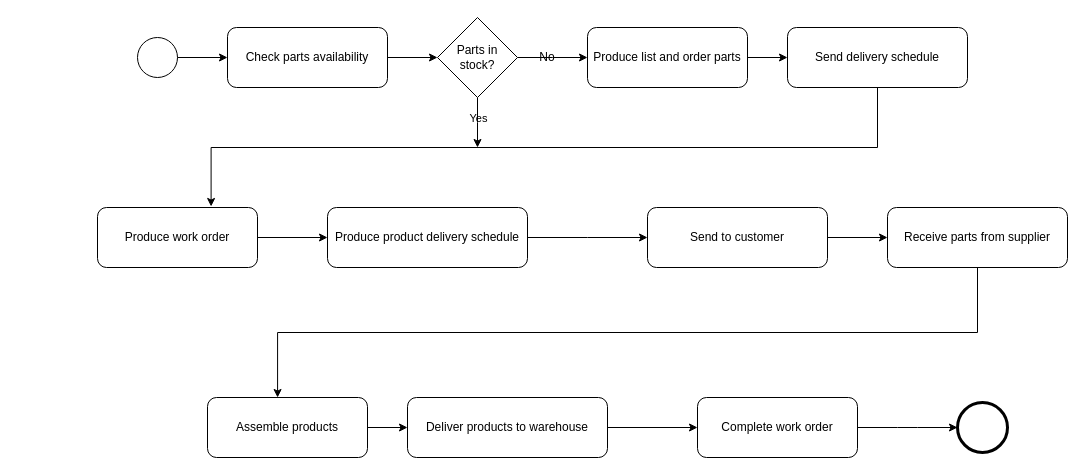
Earlier version of the draw.io diagram exercise2.drawio (zft666zft/enterprise-system-architecture). Source tidied: cells renumbered, new cells numbered last; positions are measured from the earlier drawing's top-left corner, leaving out a move shared by most shapes. Both pictures are drawn from the tidied source at 100%, with x=0, y=0 at pixel (97, 17).
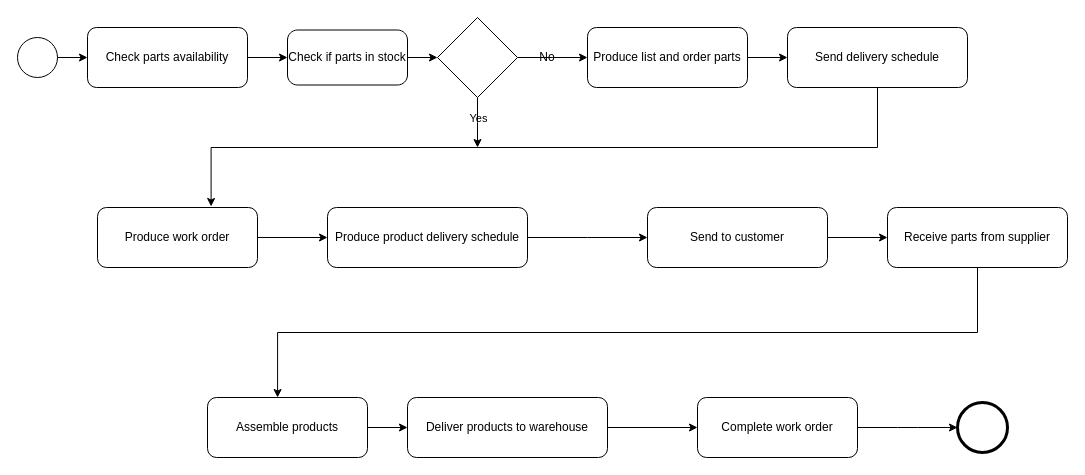
The same diagram, later.

Change to the diagram source:
```diff
@@
     <mxCell id="2" style="ellipse;whiteSpace=wrap;html=1;" parent="1" vertex="1">
-      <mxGeometry x="40" y="20" width="40" height="40" as="geometry" />
+      <mxGeometry x="-80" y="20" width="40" height="40" as="geometry" />
     </mxCell>
     <mxCell id="3" value="Check parts availability" style="rounded=1;whiteSpace=wrap;html=1;fontSize=12;" parent="1" vertex="1">
-      <mxGeometry x="130" y="10" width="160" height="60" as="geometry" />
+      <mxGeometry x="-10" y="10" width="160" height="60" as="geometry" />
     </mxCell>
@@
-    <mxCell id="9" value="Parts in stock?" style="rhombus;whiteSpace=wrap;html=1;" parent="1" vertex="1">
+    <mxCell id="9" style="rhombus;whiteSpace=wrap;html=1;" parent="1" vertex="1">
       <mxGeometry x="340" width="80" height="80" as="geometry" />
     </mxCell>
-    <mxCell id="10" style="edgeStyle=orthogonalEdgeStyle;html=1;" parent="1" edge="1" source="3" target="9">
-      <mxGeometry relative="1" as="geometry" />
-    </mxCell>
@@
+    <mxCell id="31" style="edgeStyle=orthogonalEdgeStyle;rounded=0;jettySize=auto;html=1;entryX=0;entryY=0.5;entryDx=0;entryDy=0;" parent="1" edge="1" source="32" target="9">
+      <mxGeometry relative="1" as="geometry" />
+    </mxCell>
+    <mxCell id="32" value="Check if parts in stock" style="points=[[0.25,0,0],[0.5,0,0],[0.75,0,0],[1,0.25,0],[1,0.5,0],[1,0.75,0],[0.75,1,0],[0.5,1,0],[0.25,1,0],[0,0.75,0],[0,0.5,0],[0,0.25,0]];shape=mxgraph.bpmn.task;whiteSpace=wrap;rectStyle=rounded;size=10;html=1;taskMarker=abstract;" parent="1" vertex="1">
+      <mxGeometry x="190" y="12.5" width="120" height="55" as="geometry" />
+    </mxCell>
+    <mxCell id="33" style="edgeStyle=orthogonalEdgeStyle;rounded=0;jettySize=auto;html=1;entryX=0;entryY=0.5;entryDx=0;entryDy=0;entryPerimeter=0;" parent="1" edge="1" source="3" target="32">
+      <mxGeometry relative="1" as="geometry" />
+    </mxCell>
```
